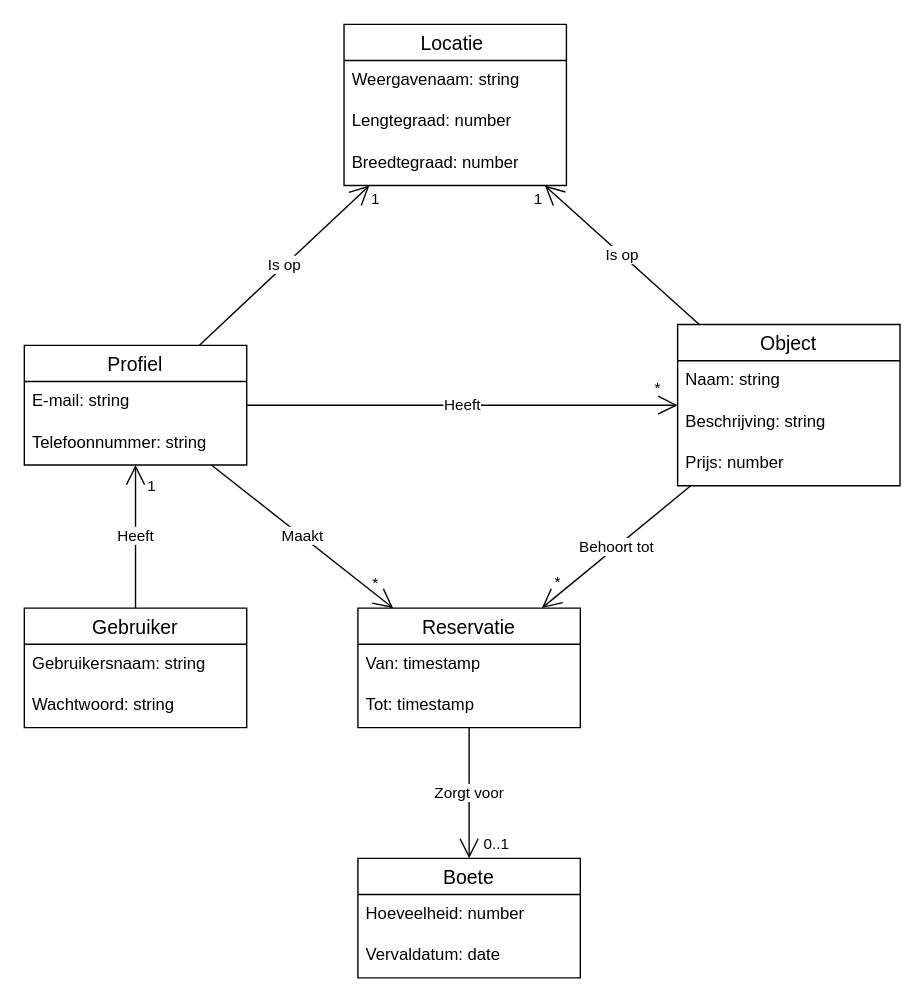
Before: page "Domeinmodel" (2 of 2) of analysis/Modellen.drawio in UCLL-Full-stack/project2425-group1-16, a draw.io diagram. Source tidied: cells renumbered, new cells numbered last; positions are measured from the earlier drawing's top-left corner, leaving out a move shared by most shapes. Both pictures are drawn from the tidied source at 139%, with x=0, y=0 at pixel (24, 24).
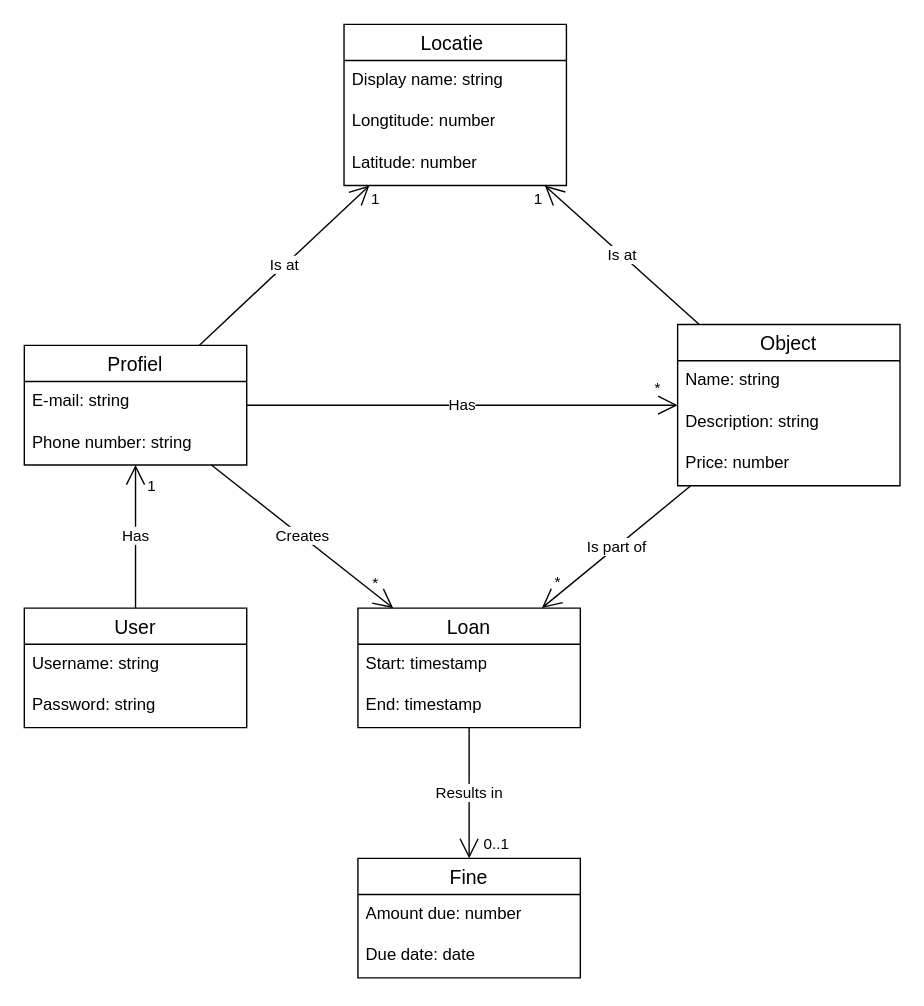
Above is the later version.

Unchanged cells that the change refers to:
```xml
<mxCell id="5" value="Profiel" style="swimlane;fontStyle=0;horizontal=1;startSize=26;align=center;fontSize=14;" parent="1" vertex="1">
  <mxGeometry y="231" width="160" height="86" as="geometry" />
</mxCell>
<mxCell id="8" value="Object" style="swimlane;fontStyle=0;horizontal=1;startSize=26;align=center;fontSize=14;" parent="1" vertex="1">
  <mxGeometry x="470" y="216" width="160" height="116" as="geometry" />
</mxCell>
<mxCell id="15" value="Locatie " style="swimlane;fontStyle=0;horizontal=1;startSize=26;align=center;fontSize=14;" parent="1" vertex="1">
  <mxGeometry x="230" width="160" height="116" as="geometry" />
</mxCell>
```

Diff of the diagram source:
```diff
@@
-    <mxCell id="2" value="Gebruiker" style="swimlane;fontStyle=0;horizontal=1;startSize=26;align=center;fontSize=14;" parent="1" vertex="1">
+    <mxCell id="2" value="User" style="swimlane;fontStyle=0;horizontal=1;startSize=26;align=center;fontSize=14;" parent="1" vertex="1">
       <mxGeometry y="420" width="160" height="86" as="geometry" />
     </mxCell>
-    <mxCell id="3" value="Gebruikersnaam: string" style="text;strokeColor=none;fillColor=none;spacingLeft=4;spacingRight=4;overflow=hidden;fontSize=12;whiteSpace=wrap;html=1;" parent="2" vertex="1">
+    <mxCell id="3" value="Username: string" style="text;strokeColor=none;fillColor=none;spacingLeft=4;spacingRight=4;overflow=hidden;fontSize=12;whiteSpace=wrap;html=1;" parent="2" vertex="1">
       <mxGeometry y="26" width="160" height="30" as="geometry" />
     </mxCell>
-    <mxCell id="4" value="Wachtwoord: string" style="text;strokeColor=none;fillColor=none;spacingLeft=4;spacingRight=4;overflow=hidden;fontSize=12;whiteSpace=wrap;html=1;" parent="2" vertex="1">
+    <mxCell id="4" value="Password: string" style="text;strokeColor=none;fillColor=none;spacingLeft=4;spacingRight=4;overflow=hidden;fontSize=12;whiteSpace=wrap;html=1;" parent="2" vertex="1">
       <mxGeometry y="56" width="160" height="30" as="geometry" />
     </mxCell>
@@
-    <mxCell id="7" value="Telefoonnummer: string" style="text;strokeColor=none;fillColor=none;spacingLeft=4;spacingRight=4;overflow=hidden;fontSize=12;whiteSpace=wrap;html=1;" parent="5" vertex="1">
+    <mxCell id="7" value="Phone number: string" style="text;strokeColor=none;fillColor=none;spacingLeft=4;spacingRight=4;overflow=hidden;fontSize=12;whiteSpace=wrap;html=1;" parent="5" vertex="1">
       <mxGeometry y="56" width="160" height="30" as="geometry" />
     </mxCell>
@@
-    <mxCell id="9" value="Naam: string" style="text;strokeColor=none;fillColor=none;spacingLeft=4;spacingRight=4;overflow=hidden;fontSize=12;whiteSpace=wrap;html=1;" parent="8" vertex="1">
+    <mxCell id="9" value="Name: string" style="text;strokeColor=none;fillColor=none;spacingLeft=4;spacingRight=4;overflow=hidden;fontSize=12;whiteSpace=wrap;html=1;" parent="8" vertex="1">
       <mxGeometry y="26" width="160" height="30" as="geometry" />
     </mxCell>
-    <mxCell id="10" value="Beschrijving: string" style="text;strokeColor=none;fillColor=none;spacingLeft=4;spacingRight=4;overflow=hidden;fontSize=12;whiteSpace=wrap;html=1;" parent="8" vertex="1">
+    <mxCell id="10" value="Description: string" style="text;strokeColor=none;fillColor=none;spacingLeft=4;spacingRight=4;overflow=hidden;fontSize=12;whiteSpace=wrap;html=1;" parent="8" vertex="1">
       <mxGeometry y="56" width="160" height="30" as="geometry" />
     </mxCell>
-    <mxCell id="11" value="Prijs: number" style="text;strokeColor=none;fillColor=none;spacingLeft=4;spacingRight=4;overflow=hidden;fontSize=12;whiteSpace=wrap;html=1;" parent="8" vertex="1">
+    <mxCell id="11" value="Price: number" style="text;strokeColor=none;fillColor=none;spacingLeft=4;spacingRight=4;overflow=hidden;fontSize=12;whiteSpace=wrap;html=1;" parent="8" vertex="1">
       <mxGeometry y="86" width="160" height="30" as="geometry" />
     </mxCell>
-    <mxCell id="12" value="Boete" style="swimlane;fontStyle=0;horizontal=1;startSize=26;align=center;fontSize=14;" parent="1" vertex="1">
+    <mxCell id="12" value="Fine" style="swimlane;fontStyle=0;horizontal=1;startSize=26;align=center;fontSize=14;" parent="1" vertex="1">
       <mxGeometry x="240" y="600" width="160" height="86" as="geometry" />
     </mxCell>
-    <mxCell id="13" value="Hoeveelheid: number" style="text;strokeColor=none;fillColor=none;spacingLeft=4;spacingRight=4;overflow=hidden;fontSize=12;whiteSpace=wrap;html=1;" parent="12" vertex="1">
+    <mxCell id="13" value="Amount due: number" style="text;strokeColor=none;fillColor=none;spacingLeft=4;spacingRight=4;overflow=hidden;fontSize=12;whiteSpace=wrap;html=1;" parent="12" vertex="1">
       <mxGeometry y="26" width="160" height="30" as="geometry" />
     </mxCell>
-    <mxCell id="14" value="Vervaldatum: date" style="text;strokeColor=none;fillColor=none;spacingLeft=4;spacingRight=4;overflow=hidden;fontSize=12;whiteSpace=wrap;html=1;" parent="12" vertex="1">
+    <mxCell id="14" value="Due date: date" style="text;strokeColor=none;fillColor=none;spacingLeft=4;spacingRight=4;overflow=hidden;fontSize=12;whiteSpace=wrap;html=1;" parent="12" vertex="1">
       <mxGeometry y="56" width="160" height="30" as="geometry" />
     </mxCell>
@@
-    <mxCell id="16" value="Weergavenaam: string" style="text;strokeColor=none;fillColor=none;spacingLeft=4;spacingRight=4;overflow=hidden;fontSize=12;whiteSpace=wrap;html=1;" parent="15" vertex="1">
+    <mxCell id="16" value="Display name: string" style="text;strokeColor=none;fillColor=none;spacingLeft=4;spacingRight=4;overflow=hidden;fontSize=12;whiteSpace=wrap;html=1;" parent="15" vertex="1">
       <mxGeometry y="26" width="160" height="30" as="geometry" />
     </mxCell>
-    <mxCell id="17" value="Lengtegraad: number" style="text;strokeColor=none;fillColor=none;spacingLeft=4;spacingRight=4;overflow=hidden;fontSize=12;whiteSpace=wrap;html=1;" parent="15" vertex="1">
+    <mxCell id="17" value="Longtitude: number" style="text;strokeColor=none;fillColor=none;spacingLeft=4;spacingRight=4;overflow=hidden;fontSize=12;whiteSpace=wrap;html=1;" parent="15" vertex="1">
       <mxGeometry y="56" width="160" height="30" as="geometry" />
     </mxCell>
-    <mxCell id="18" value="Breedtegraad: number" style="text;strokeColor=none;fillColor=none;spacingLeft=4;spacingRight=4;overflow=hidden;fontSize=12;whiteSpace=wrap;html=1;" parent="15" vertex="1">
+    <mxCell id="18" value="Latitude: number" style="text;strokeColor=none;fillColor=none;spacingLeft=4;spacingRight=4;overflow=hidden;fontSize=12;whiteSpace=wrap;html=1;" parent="15" vertex="1">
       <mxGeometry y="86" width="160" height="30" as="geometry" />
     </mxCell>
-    <mxCell id="19" value="Heeft" style="endArrow=open;endSize=12;html=1;rounded=0;" parent="1" edge="1" source="2" target="5">
+    <mxCell id="19" value="Has" style="endArrow=open;endSize=12;html=1;rounded=0;" parent="1" edge="1" source="2" target="5">
       <mxGeometry relative="1" as="geometry" />
     </mxCell>
-    <mxCell id="20" value="Heeft" style="endArrow=open;endSize=12;html=1;rounded=0;" parent="1" edge="1" source="5" target="8">
+    <mxCell id="20" value="Has" style="endArrow=open;endSize=12;html=1;rounded=0;" parent="1" edge="1" source="5" target="8">
       <mxGeometry relative="1" as="geometry" />
     </mxCell>
-    <mxCell id="21" value="Reservatie" style="swimlane;fontStyle=0;horizontal=1;startSize=26;align=center;fontSize=14;" parent="1" vertex="1">
+    <mxCell id="21" value="Loan" style="swimlane;fontStyle=0;horizontal=1;startSize=26;align=center;fontSize=14;" parent="1" vertex="1">
       <mxGeometry x="240" y="420" width="160" height="86" as="geometry" />
     </mxCell>
-    <mxCell id="22" value="Van: timestamp" style="text;strokeColor=none;fillColor=none;spacingLeft=4;spacingRight=4;overflow=hidden;fontSize=12;whiteSpace=wrap;html=1;" parent="21" vertex="1">
+    <mxCell id="22" value="Start: timestamp" style="text;strokeColor=none;fillColor=none;spacingLeft=4;spacingRight=4;overflow=hidden;fontSize=12;whiteSpace=wrap;html=1;" parent="21" vertex="1">
       <mxGeometry y="26" width="160" height="30" as="geometry" />
     </mxCell>
-    <mxCell id="23" value="Tot: timestamp" style="text;strokeColor=none;fillColor=none;spacingLeft=4;spacingRight=4;overflow=hidden;fontSize=12;whiteSpace=wrap;html=1;" parent="21" vertex="1">
+    <mxCell id="23" value="End: timestamp" style="text;strokeColor=none;fillColor=none;spacingLeft=4;spacingRight=4;overflow=hidden;fontSize=12;whiteSpace=wrap;html=1;" parent="21" vertex="1">
       <mxGeometry y="56" width="160" height="30" as="geometry" />
     </mxCell>
-    <mxCell id="24" value="Zorgt voor" style="endArrow=open;endSize=12;html=1;rounded=0;" parent="1" edge="1" source="21" target="12">
+    <mxCell id="24" value="Results in" style="endArrow=open;endSize=12;html=1;rounded=0;" parent="1" edge="1" source="21" target="12">
       <mxGeometry relative="1" as="geometry" />
     </mxCell>
-    <mxCell id="25" value="Maakt" style="endArrow=open;endSize=12;html=1;rounded=0;" parent="1" edge="1" source="5" target="21">
+    <mxCell id="25" value="Creates" style="endArrow=open;endSize=12;html=1;rounded=0;" parent="1" edge="1" source="5" target="21">
       <mxGeometry relative="1" as="geometry" />
     </mxCell>
-    <mxCell id="26" value="Behoort tot" style="endArrow=open;endSize=12;html=1;rounded=0;" parent="1" edge="1" source="8" target="21">
+    <mxCell id="26" value="Is part of" style="endArrow=open;endSize=12;html=1;rounded=0;" parent="1" edge="1" source="8" target="21">
       <mxGeometry relative="1" as="geometry" />
     </mxCell>
-    <mxCell id="27" value="Is op" style="endArrow=open;endSize=12;html=1;rounded=0;" parent="1" edge="1" source="5" target="15">
+    <mxCell id="27" value="Is at" style="endArrow=open;endSize=12;html=1;rounded=0;" parent="1" edge="1" source="5" target="15">
       <mxGeometry relative="1" as="geometry" />
     </mxCell>
-    <mxCell id="28" value="Is op" style="endArrow=open;endSize=12;html=1;rounded=0;" parent="1" edge="1" source="8" target="15">
+    <mxCell id="28" value="Is at" style="endArrow=open;endSize=12;html=1;rounded=0;" parent="1" edge="1" source="8" target="15">
       <mxGeometry relative="1" as="geometry" />
     </mxCell>
```
